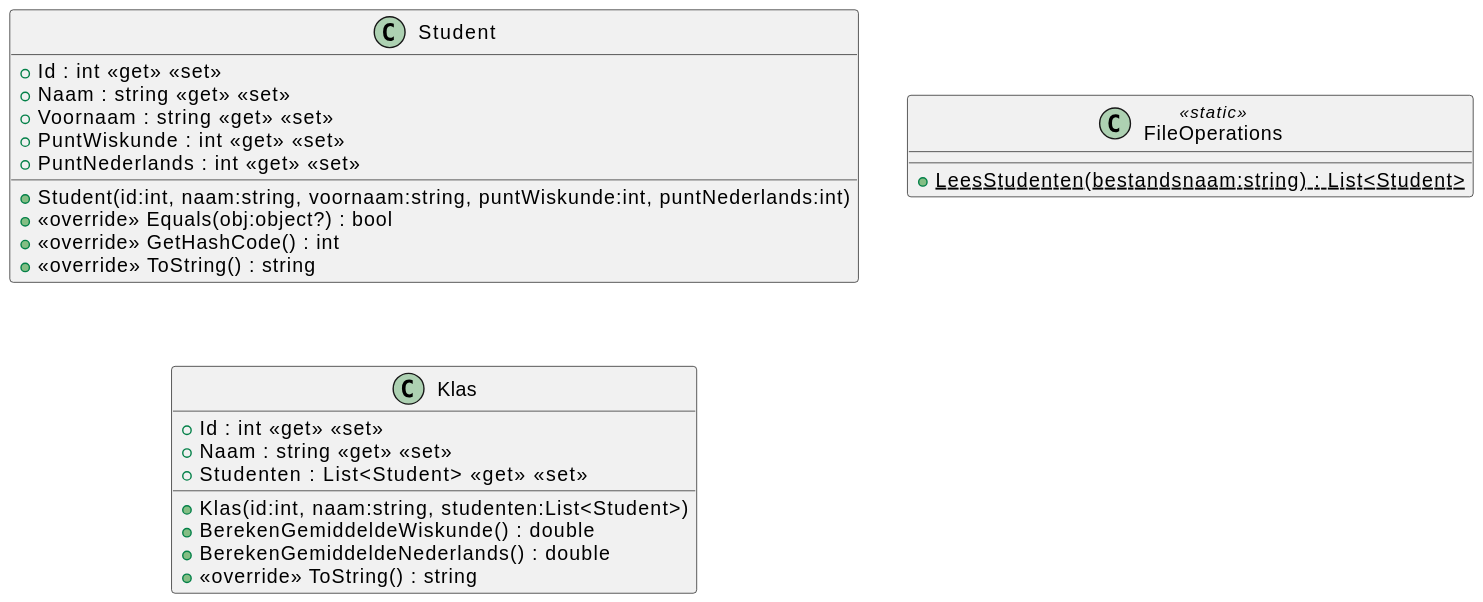
Earlier version of the PlantUML export 10/10_00/svg/Overview.svg (it-graduaten/template-csharp-ooprogramming-permanente-evaluatie).
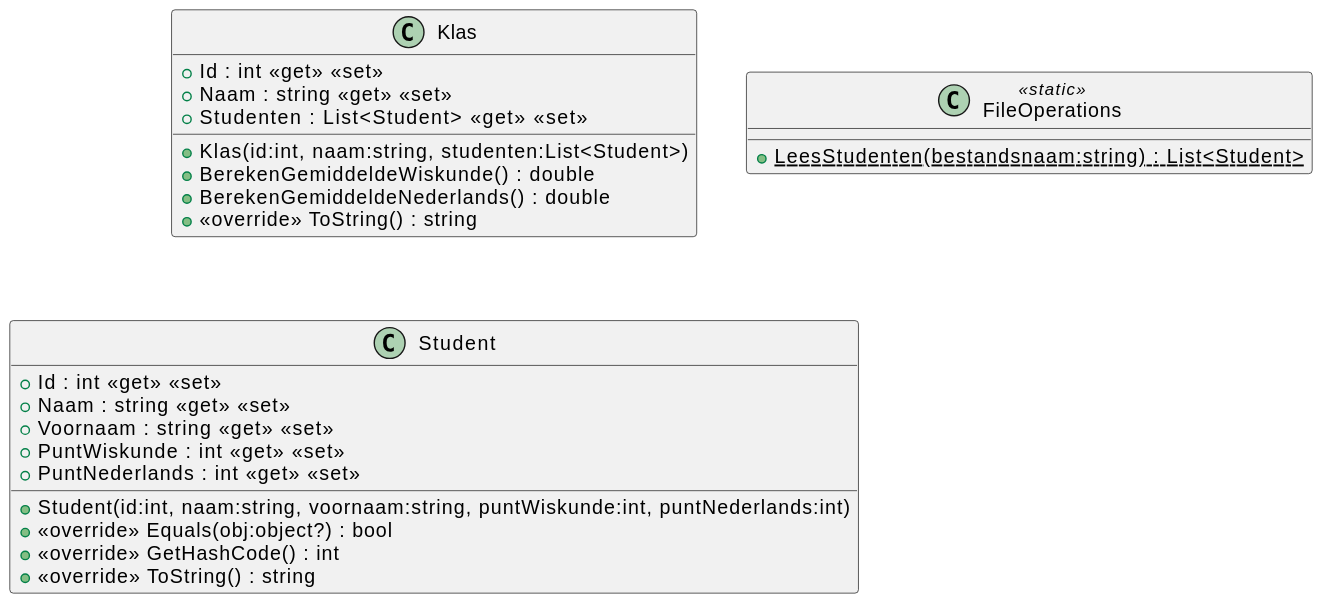
After the commit.

What changed in the source:
```diff
@@ -1,5 +1,5 @@
 @startuml
+!include Klas.puml
+!include FileOperations.puml
 !include Student.puml
-!include FileOperations.puml
-!include Klas.puml
 @enduml
```
